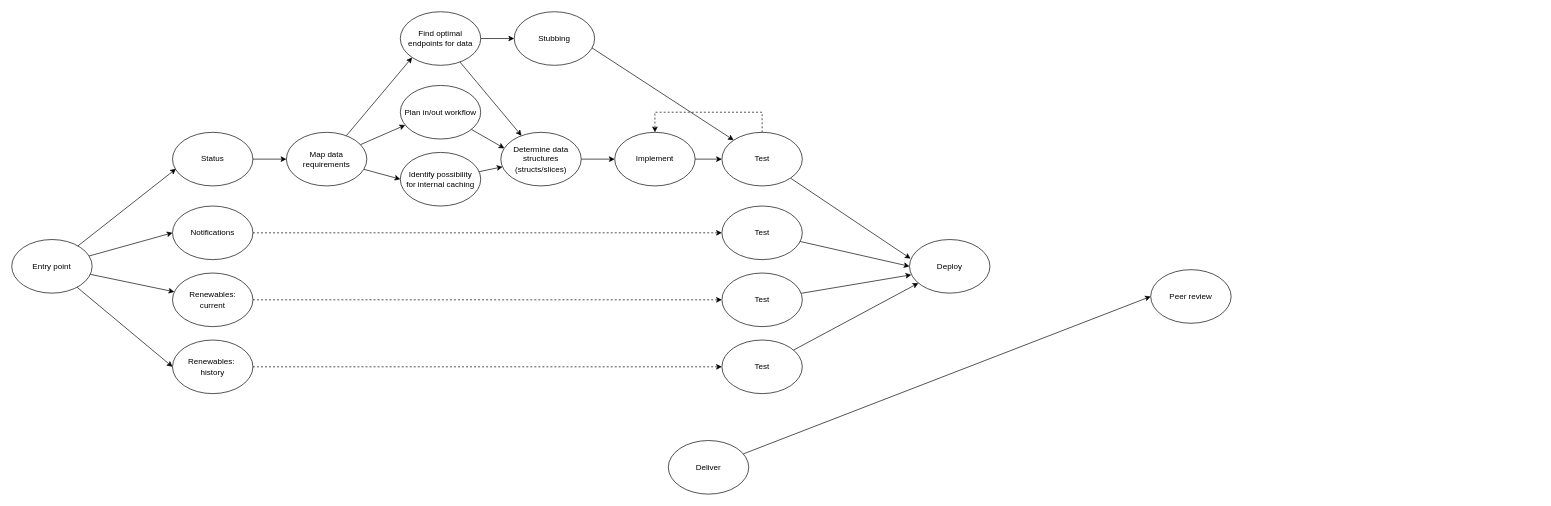
Before: Documentation_Internal/Workflow.drawio in AndreMarthinsen/Golang-Renewable-energy-api, a draw.io diagram. Source tidied: cells renumbered, new cells numbered last; positions are measured from the earlier drawing's top-left corner, leaving out a move shared by most shapes. Both pictures are drawn from the tidied source at 67%, with x=0, y=0 at pixel (11, 11).
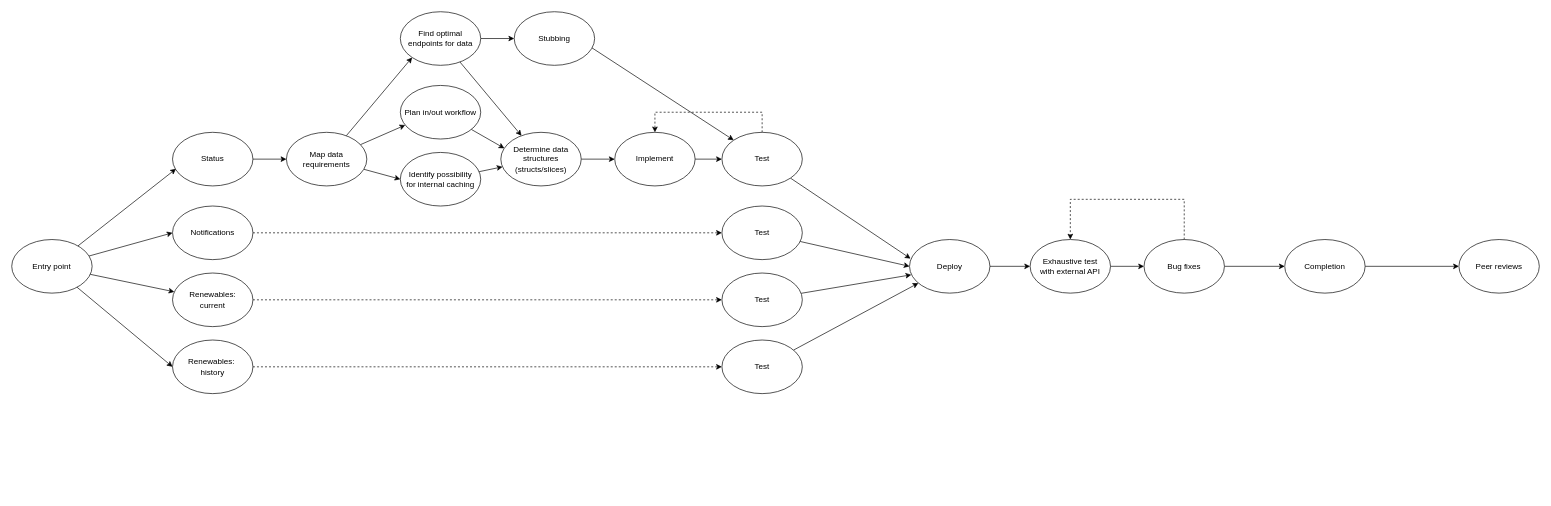
Above is the later version.

Commit message:
Workflow diagram 2nd iteration. Closes #3.

Unchanged cells that the change refers to:
```xml
<mxCell id="39" value="Deploy" style="ellipse;whiteSpace=wrap;html=1;" parent="1" vertex="1">
  <mxGeometry x="1340" y="340" width="120" height="80" as="geometry" />
</mxCell>
```

Change to the diagram source:
```diff
@@
+    <mxCell id="45" style="edgeStyle=none;rounded=0;jettySize=auto;html=1;entryX=0;entryY=0.5;entryDx=0;entryDy=0;" parent="1" edge="1" source="39" target="47">
+      <mxGeometry relative="1" as="geometry" />
+    </mxCell>
@@
-    <mxCell id="43" value="Deliver" style="ellipse;whiteSpace=wrap;html=1;" parent="1" vertex="1">
-      <mxGeometry x="980" y="640" width="120" height="80" as="geometry" />
+    <mxCell id="43" value="Completion" style="ellipse;whiteSpace=wrap;html=1;" parent="1" vertex="1">
+      <mxGeometry x="1900" y="340" width="120" height="80" as="geometry" />
     </mxCell>
-    <mxCell id="44" value="Peer review" style="ellipse;whiteSpace=wrap;html=1;" parent="1" vertex="1">
-      <mxGeometry x="1700" y="385" width="120" height="80" as="geometry" />
+    <mxCell id="44" value="Peer reviews" style="ellipse;whiteSpace=wrap;html=1;" parent="1" vertex="1">
+      <mxGeometry x="2160" y="340" width="120" height="80" as="geometry" />
     </mxCell>
+    <mxCell id="46" style="edgeStyle=none;rounded=0;jettySize=auto;html=1;" parent="1" edge="1" source="47" target="50">
+      <mxGeometry relative="1" as="geometry" />
+    </mxCell>
+    <mxCell id="47" value="Exhaustive test&lt;br&gt;with external API" style="ellipse;whiteSpace=wrap;html=1;" parent="1" vertex="1">
+      <mxGeometry x="1520" y="340" width="120" height="80" as="geometry" />
+    </mxCell>
+    <mxCell id="48" style="edgeStyle=none;rounded=0;jettySize=auto;html=1;exitX=0.5;exitY=0;exitDx=0;exitDy=0;entryX=0.5;entryY=0;entryDx=0;entryDy=0;dashed=1;" parent="1" edge="1" source="50" target="47">
+      <mxGeometry relative="1" as="geometry">
+        <Array as="points">
+          <mxPoint x="1750" y="280" />
+          <mxPoint x="1580" y="280" />
+        </Array>
+      </mxGeometry>
+    </mxCell>
+    <mxCell id="49" style="rounded=0;jettySize=auto;html=1;entryX=0;entryY=0.5;entryDx=0;entryDy=0;elbow=vertical;" parent="1" edge="1" source="50" target="43">
+      <mxGeometry relative="1" as="geometry" />
+    </mxCell>
+    <mxCell id="50" value="Bug fixes" style="ellipse;whiteSpace=wrap;html=1;" parent="1" vertex="1">
+      <mxGeometry x="1690" y="340" width="120" height="80" as="geometry" />
+    </mxCell>
```
